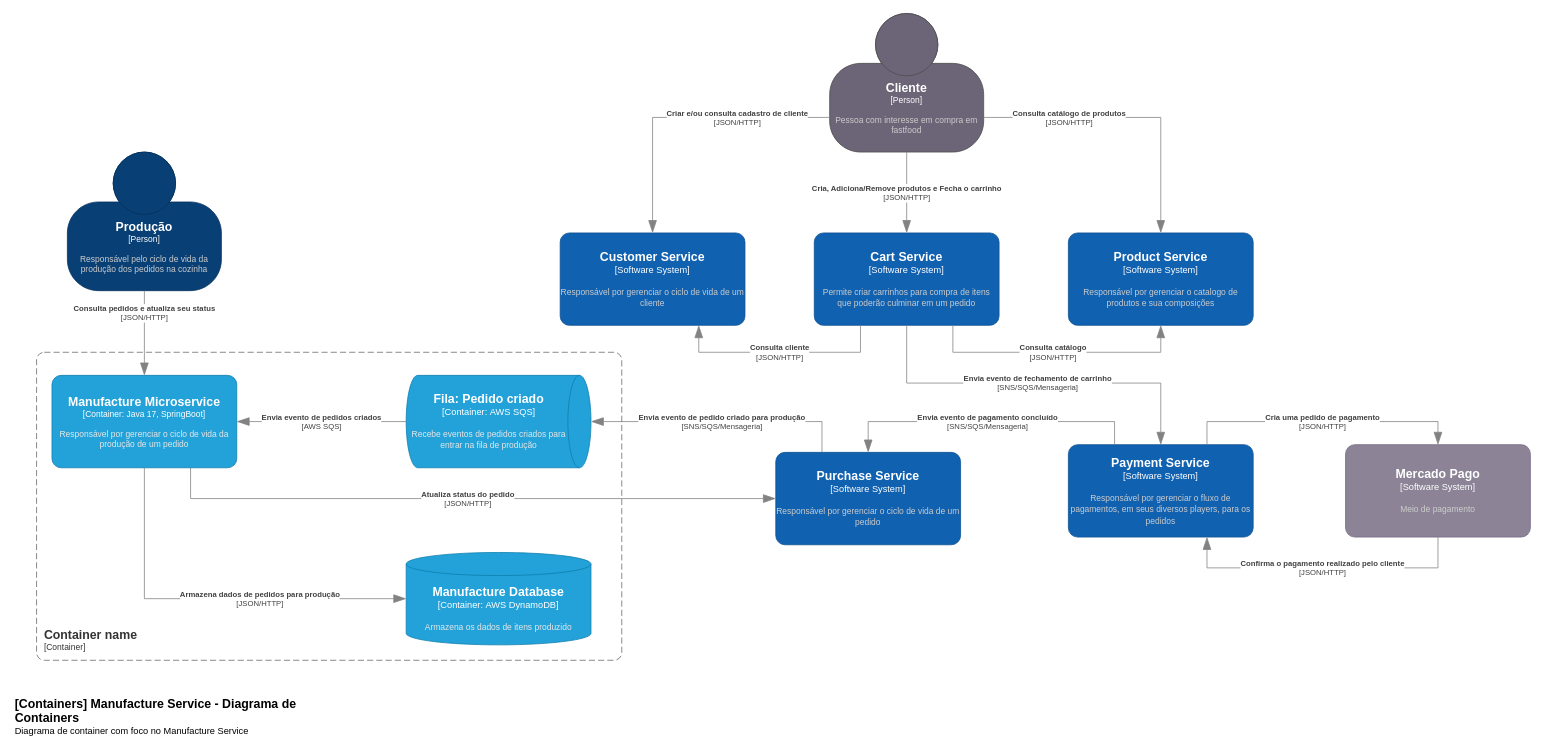
Earlier version of the draw.io diagram page "manufacture-service-c2" (21 of 23) of documentation/tech-challenge-architecture.drawio (fiap-postech/tech-chalenge). Source tidied: cells renumbered, new cells numbered last; positions are measured from the earlier drawing's top-left corner, leaving out a move shared by most shapes. Both pictures are drawn from the tidied source at 77%, with x=0, y=0 at pixel (13, 13).
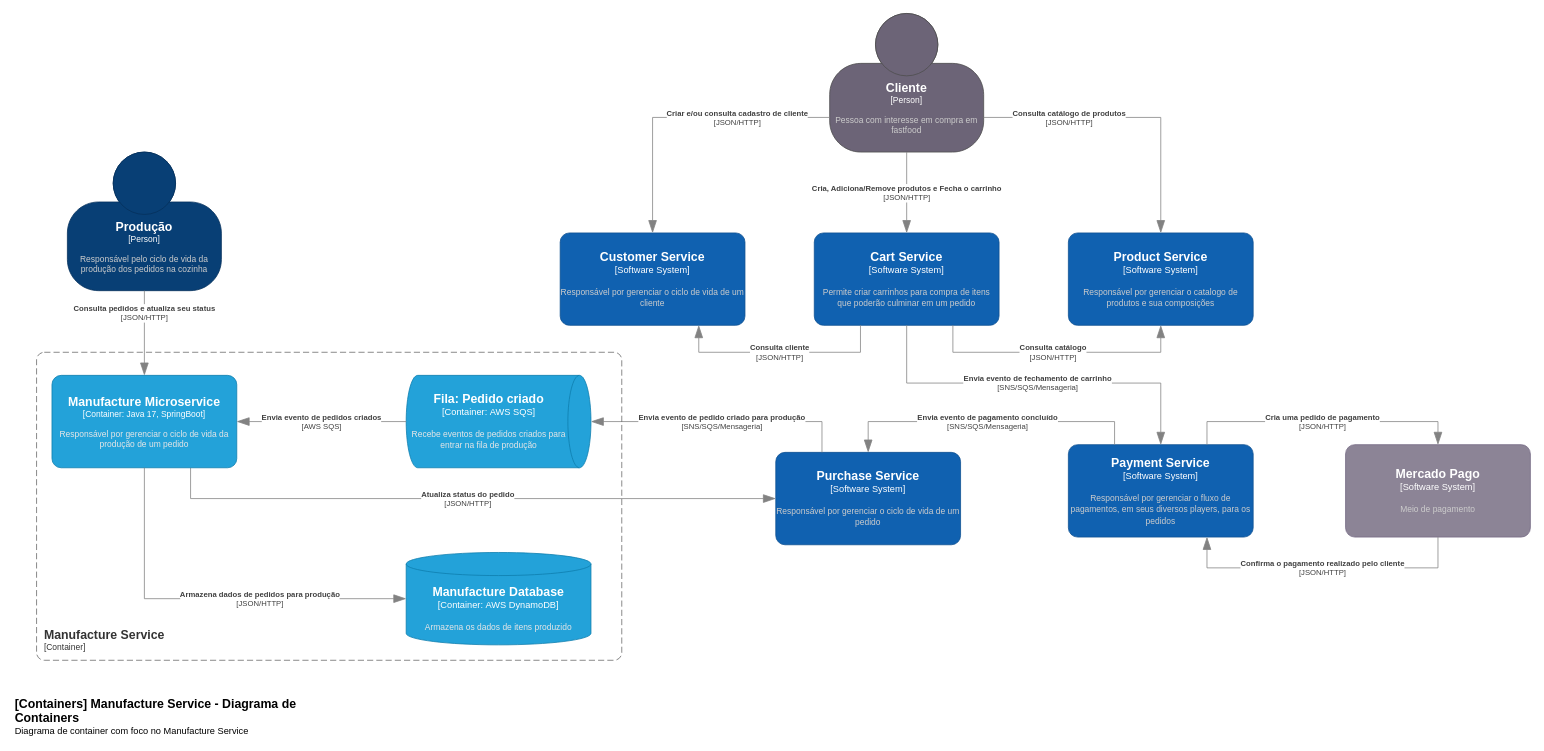
After the change.

The edit, as a diff of the source:
```diff
@@
-    <object id="22" label="&lt;font style=&quot;font-size: 16px&quot;&gt;&lt;b&gt;&lt;div style=&quot;text-align: left&quot;&gt;%c4Name%&lt;/div&gt;&lt;/b&gt;&lt;/font&gt;&lt;div style=&quot;text-align: left&quot;&gt;[%c4Application%]&lt;/div&gt;" c4Application="Container" c4Name="Container name" placeholders="1">
+    <object id="22" label="&lt;font style=&quot;font-size: 16px&quot;&gt;&lt;b&gt;&lt;div style=&quot;text-align: left&quot;&gt;%c4Name%&lt;/div&gt;&lt;/b&gt;&lt;/font&gt;&lt;div style=&quot;text-align: left&quot;&gt;[%c4Application%]&lt;/div&gt;" c4Application="Container" c4Name="Manufacture Service" placeholders="1">
       <mxCell style="rounded=1;fontSize=11;whiteSpace=wrap;html=1;dashed=1;arcSize=20;fillColor=none;strokeColor=#666666;fontColor=#333333;labelBackgroundColor=none;align=left;verticalAlign=bottom;labelBorderColor=none;spacingTop=0;spacing=10;dashPattern=8 4;perimeter=rectanglePerimeter;noLabel=0;labelPadding=0;absoluteArcSize=1;" parent="1" vertex="1">
         <mxGeometry x="30" y="440" width="760" height="400" as="geometry" />
       </mxCell>
     </object>
```
